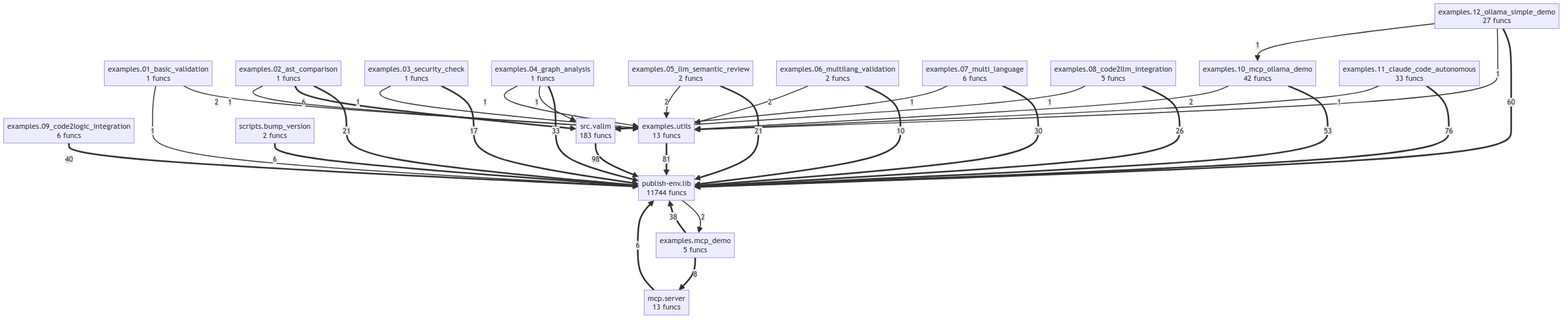
semcod/vallm keeps this Mermaid diagram as project/compact_flow.png. Above is the earlier version. Its source is kept beside it as project/compact_flow.mmd.
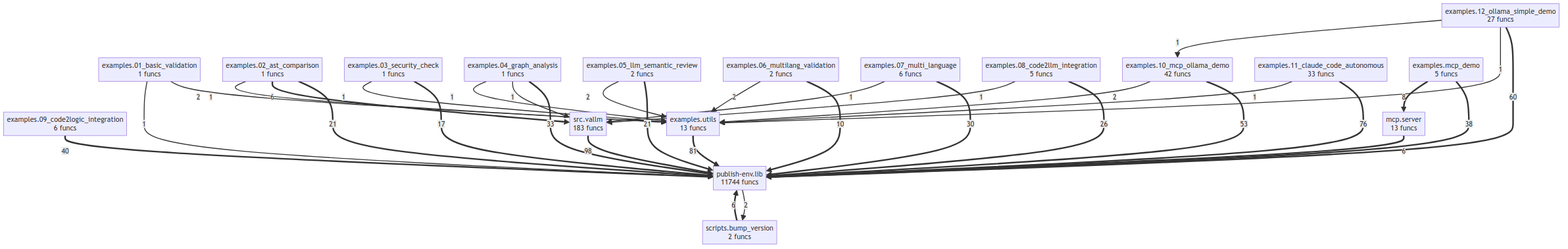
Above is the later version.

The edit, as a diff of the source:
```diff
@@ -35,17 +35,17 @@
     scripts_bump_version ==>|6| publish_env_lib
     mcp_server ==>|6| publish_env_lib
     examples_02_ast_comparison ==>|6| src_vallm
-    publish_env_lib -->|2| examples_mcp_demo
+    publish_env_lib -->|2| scripts_bump_version
     examples_05_llm_semantic_review -->|2| examples_utils
     examples_01_basic_validation -->|2| examples_utils
     examples_06_multilang_validation -->|2| examples_utils
     examples_10_mcp_ollama_demo -->|2| examples_utils
     examples_04_graph_analysis -->|1| src_vallm
     examples_04_graph_analysis -->|1| examples_utils
+    examples_12_ollama_simple_demo -->|1| examples_utils
     examples_11_claude_code_autonomous -->|1| examples_utils
     examples_01_basic_validation -->|1| publish_env_lib
     examples_02_ast_comparison -->|1| examples_utils
-    examples_12_ollama_simple_demo -->|1| examples_utils
     examples_03_security_check -->|1| examples_utils
     examples_07_multi_language -->|1| src_vallm
     examples_08_code2llm_integration -->|1| src_vallm
```
